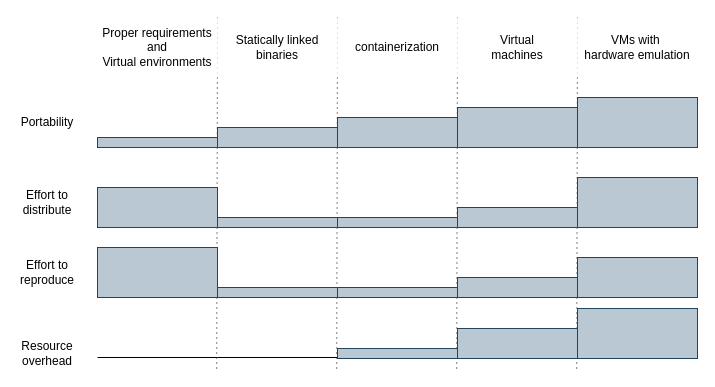
The draw.io diagram img/chpt1/solutions-spectrum.drawio in IsacPasianotto/master-thesis-latex, before the edit. Source tidied: cells renumbered, new cells numbered last; positions are measured from the earlier drawing's top-left corner, leaving out a move shared by most shapes. Both pictures are drawn from the tidied source at 100%, with x=0, y=0 at pixel (17, 17).
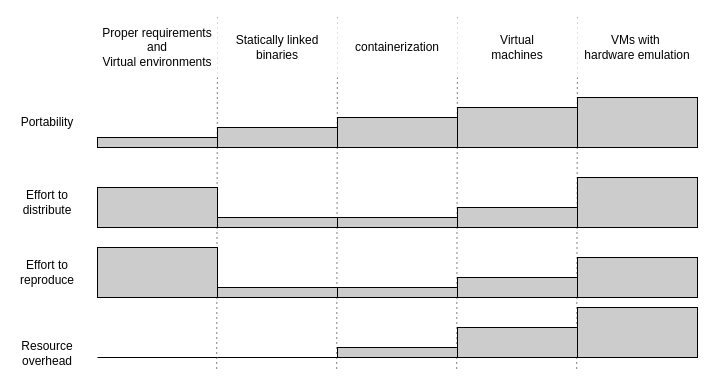
The same page after the edit.

Diff of the diagram source:
```diff
@@
-    <mxCell id="11" style="rounded=0;whiteSpace=wrap;html=1;fillColor=#bac8d3;strokeColor=#23445d;" parent="1" vertex="1">
+    <mxCell id="11" style="rounded=0;whiteSpace=wrap;html=1;fillColor=#CCCCCC;strokeColor=#000000;" parent="1" vertex="1">
       <mxGeometry x="80" y="120" width="120" height="10" as="geometry" />
     </mxCell>
-    <mxCell id="12" style="rounded=0;whiteSpace=wrap;html=1;fillColor=#bac8d3;strokeColor=#23445d;" parent="1" vertex="1">
+    <mxCell id="12" style="rounded=0;whiteSpace=wrap;html=1;fillColor=#CCCCCC;strokeColor=#000000;" parent="1" vertex="1">
       <mxGeometry x="200" y="110" width="120" height="20" as="geometry" />
     </mxCell>
-    <mxCell id="13" style="rounded=0;whiteSpace=wrap;html=1;fillColor=#bac8d3;strokeColor=#23445d;" parent="1" vertex="1">
+    <mxCell id="13" style="rounded=0;whiteSpace=wrap;html=1;fillColor=#CCCCCC;strokeColor=#000000;" parent="1" vertex="1">
       <mxGeometry x="320" y="100" width="120" height="30" as="geometry" />
     </mxCell>
-    <mxCell id="14" style="rounded=0;whiteSpace=wrap;html=1;fillColor=#bac8d3;strokeColor=#23445d;" parent="1" vertex="1">
+    <mxCell id="14" style="rounded=0;whiteSpace=wrap;html=1;fillColor=#CCCCCC;strokeColor=#000000;" parent="1" vertex="1">
       <mxGeometry x="440" y="90" width="120" height="40" as="geometry" />
     </mxCell>
-    <mxCell id="15" style="rounded=0;whiteSpace=wrap;html=1;fillColor=#bac8d3;strokeColor=#23445d;" parent="1" vertex="1">
+    <mxCell id="15" style="rounded=0;whiteSpace=wrap;html=1;fillColor=#CCCCCC;strokeColor=#000000;" parent="1" vertex="1">
       <mxGeometry x="560" y="80" width="120" height="50" as="geometry" />
     </mxCell>
@@
-    <mxCell id="18" style="rounded=0;whiteSpace=wrap;html=1;fillColor=#bac8d3;strokeColor=#23445d;" parent="1" vertex="1">
+    <mxCell id="18" style="rounded=0;whiteSpace=wrap;html=1;fillColor=#CCCCCC;strokeColor=#000000;" parent="1" vertex="1">
       <mxGeometry x="80" y="170" width="120" height="40" as="geometry" />
     </mxCell>
-    <mxCell id="19" style="rounded=0;whiteSpace=wrap;html=1;fillColor=#bac8d3;strokeColor=#23445d;" parent="1" vertex="1">
+    <mxCell id="19" style="rounded=0;whiteSpace=wrap;html=1;fillColor=#CCCCCC;strokeColor=#000000;" parent="1" vertex="1">
       <mxGeometry x="200" y="200" width="120" height="10" as="geometry" />
     </mxCell>
-    <mxCell id="20" style="rounded=0;whiteSpace=wrap;html=1;fillColor=#bac8d3;strokeColor=#23445d;" parent="1" vertex="1">
+    <mxCell id="20" style="rounded=0;whiteSpace=wrap;html=1;fillColor=#CCCCCC;strokeColor=#000000;" parent="1" vertex="1">
       <mxGeometry x="320" y="200" width="120" height="10" as="geometry" />
     </mxCell>
-    <mxCell id="21" style="rounded=0;whiteSpace=wrap;html=1;fillColor=#bac8d3;strokeColor=#23445d;" parent="1" vertex="1">
+    <mxCell id="21" style="rounded=0;whiteSpace=wrap;html=1;fillColor=#CCCCCC;strokeColor=#000000;" parent="1" vertex="1">
       <mxGeometry x="440" y="190" width="120" height="20" as="geometry" />
     </mxCell>
-    <mxCell id="22" style="rounded=0;whiteSpace=wrap;html=1;fillColor=#bac8d3;strokeColor=#23445d;" parent="1" vertex="1">
+    <mxCell id="22" style="rounded=0;whiteSpace=wrap;html=1;fillColor=#CCCCCC;strokeColor=#000000;" parent="1" vertex="1">
       <mxGeometry x="560" y="160" width="120" height="50" as="geometry" />
     </mxCell>
@@
-    <mxCell id="26" style="rounded=0;whiteSpace=wrap;html=1;fillColor=#bac8d3;strokeColor=#23445d;" parent="1" vertex="1">
-      <mxGeometry x="320" y="331" width="120" height="10" as="geometry" />
+    <mxCell id="26" style="rounded=0;whiteSpace=wrap;html=1;fillColor=#CCCCCC;strokeColor=#000000;" parent="1" vertex="1">
+      <mxGeometry x="320" y="330" width="120" height="10" as="geometry" />
     </mxCell>
-    <mxCell id="27" style="rounded=0;whiteSpace=wrap;html=1;fillColor=#bac8d3;strokeColor=#23445d;" parent="1" vertex="1">
-      <mxGeometry x="440" y="311" width="120" height="30" as="geometry" />
+    <mxCell id="27" style="rounded=0;whiteSpace=wrap;html=1;fillColor=#CCCCCC;strokeColor=#000000;" parent="1" vertex="1">
+      <mxGeometry x="440" y="310" width="120" height="30" as="geometry" />
     </mxCell>
-    <mxCell id="28" style="rounded=0;whiteSpace=wrap;html=1;fillColor=#bac8d3;strokeColor=#23445d;" parent="1" vertex="1">
-      <mxGeometry x="560" y="291" width="120" height="50" as="geometry" />
+    <mxCell id="28" style="rounded=0;whiteSpace=wrap;html=1;fillColor=#CCCCCC;strokeColor=#000000;" parent="1" vertex="1">
+      <mxGeometry x="560" y="290" width="120" height="50" as="geometry" />
     </mxCell>
@@
-    <mxCell id="30" style="rounded=0;whiteSpace=wrap;html=1;fillColor=#bac8d3;strokeColor=#23445d;" parent="1" vertex="1">
+    <mxCell id="30" style="rounded=0;whiteSpace=wrap;html=1;fillColor=#CCCCCC;strokeColor=#000000;" parent="1" vertex="1">
       <mxGeometry x="80" y="230" width="120" height="50" as="geometry" />
     </mxCell>
-    <mxCell id="31" style="rounded=0;whiteSpace=wrap;html=1;fillColor=#bac8d3;strokeColor=#23445d;" parent="1" vertex="1">
+    <mxCell id="31" style="rounded=0;whiteSpace=wrap;html=1;fillColor=#CCCCCC;strokeColor=#000000;" parent="1" vertex="1">
       <mxGeometry x="200" y="270" width="120" height="10" as="geometry" />
     </mxCell>
-    <mxCell id="32" style="rounded=0;whiteSpace=wrap;html=1;fillColor=#bac8d3;strokeColor=#23445d;" parent="1" vertex="1">
+    <mxCell id="32" style="rounded=0;whiteSpace=wrap;html=1;fillColor=#CCCCCC;strokeColor=#000000;" parent="1" vertex="1">
       <mxGeometry x="320" y="270" width="120" height="10" as="geometry" />
     </mxCell>
-    <mxCell id="33" style="rounded=0;whiteSpace=wrap;html=1;fillColor=#bac8d3;strokeColor=#23445d;" parent="1" vertex="1">
+    <mxCell id="33" style="rounded=0;whiteSpace=wrap;html=1;fillColor=#CCCCCC;strokeColor=#000000;" parent="1" vertex="1">
       <mxGeometry x="440" y="260" width="120" height="20" as="geometry" />
     </mxCell>
-    <mxCell id="34" style="rounded=0;whiteSpace=wrap;html=1;fillColor=#bac8d3;strokeColor=#23445d;" parent="1" vertex="1">
+    <mxCell id="34" style="rounded=0;whiteSpace=wrap;html=1;fillColor=#CCCCCC;strokeColor=#000000;" parent="1" vertex="1">
       <mxGeometry x="560" y="240" width="120" height="40" as="geometry" />
     </mxCell>
```
